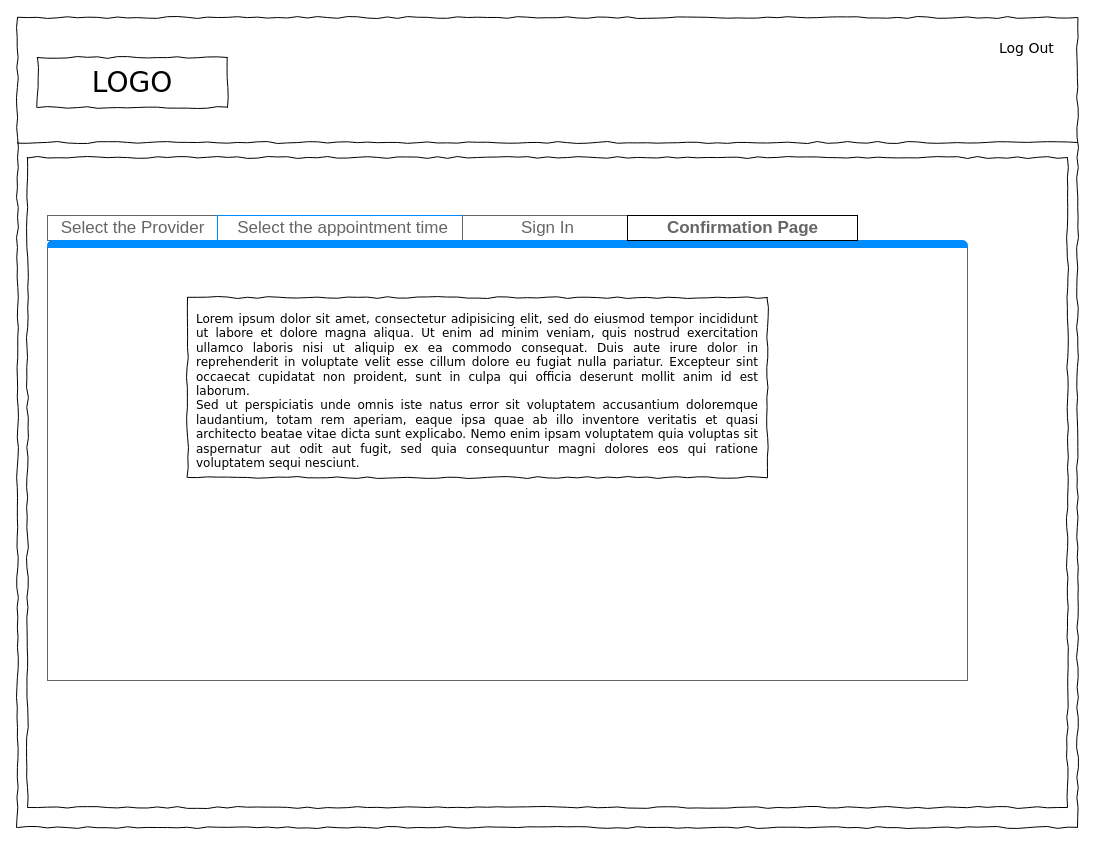
This is Confirmation Page.drawio from Janani-Manoharan/CovidDots, a draw.io file, before an edit. Source tidied: cells renumbered, new cells numbered last; positions are measured from the earlier drawing's top-left corner, leaving out a move shared by most shapes. Both pictures are drawn from the tidied source at 100%, with x=0, y=0 at pixel (17, 17). Pictures stored in the file or linked from it are replaced by grey dashed boxes.
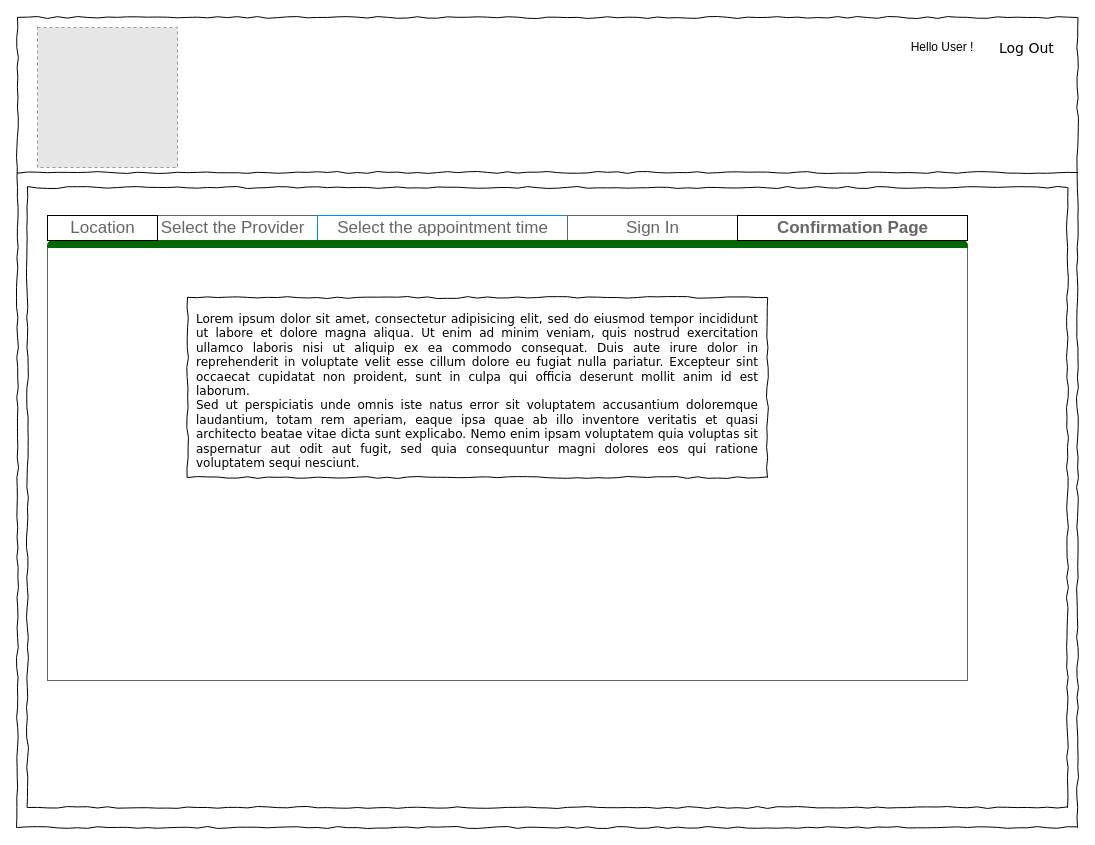
Above is the later version.

What changed in the source:
```diff
@@
 <mxGraphModel>
   <root>
     <mxCell id="0" />
     <mxCell id="1" parent="0" />
     <mxCell id="2" style="whiteSpace=wrap;html=1;rounded=0;shadow=0;labelBackgroundColor=none;strokeColor=#000000;strokeWidth=1;fillColor=none;fontFamily=Verdana;fontSize=12;fontColor=#000000;align=center;comic=1;" parent="1" vertex="1">
       <mxGeometry width="1060" height="810" as="geometry" />
     </mxCell>
-    <mxCell id="3" value="LOGO" style="whiteSpace=wrap;html=1;rounded=0;shadow=0;labelBackgroundColor=none;strokeWidth=1;fontFamily=Verdana;fontSize=28;align=center;comic=1;" parent="1" vertex="1">
-      <mxGeometry x="20" y="40" width="190" height="50" as="geometry" />
-    </mxCell>
     <mxCell id="4" value="Log Out" style="text;html=1;align=left;verticalAlign=top;spacingTop=-4;fontSize=14;fontFamily=Verdana;" parent="1" vertex="1">
       <mxGeometry x="980" y="20" width="60" height="20" as="geometry" />
     </mxCell>
     <mxCell id="5" style="line;strokeWidth=1;html=1;rounded=0;shadow=0;labelBackgroundColor=none;fillColor=none;fontFamily=Verdana;fontSize=14;fontColor=#000000;align=center;comic=1;" parent="1" vertex="1">
-      <mxGeometry y="120" width="1060" height="10" as="geometry" />
+      <mxGeometry y="120" width="1060" height="70" as="geometry" />
     </mxCell>
     <mxCell id="6" style="whiteSpace=wrap;html=1;rounded=0;shadow=0;labelBackgroundColor=none;strokeWidth=1;fillColor=none;fontFamily=Verdana;fontSize=12;align=center;comic=1;" parent="1" vertex="1">
-      <mxGeometry x="10" y="140" width="1040" height="650" as="geometry" />
+      <mxGeometry x="10" y="170" width="1040" height="620" as="geometry" />
     </mxCell>
     <mxCell id="7" style="strokeWidth=1;shadow=0;dashed=0;align=center;html=1;shape=mxgraph.mockup.containers.marginRect2;rectMarginTop=32;strokeColor=#666666;gradientColor=none;" parent="1" vertex="1">
       <mxGeometry x="30" y="198" width="920" height="465" as="geometry" />
     </mxCell>
     <mxCell id="8" value="Select the Provider" style="strokeColor=inherit;fillColor=inherit;gradientColor=inherit;strokeWidth=1;shadow=0;dashed=0;align=center;html=1;shape=mxgraph.mockup.containers.rrect;rSize=0;fontSize=17;fontColor=#666666;gradientColor=none;" parent="7" vertex="1">
-      <mxGeometry width="170" height="25" relative="1" as="geometry" />
+      <mxGeometry width="170" height="25" relative="1" as="geometry">
+        <mxPoint x="100" as="offset" />
+      </mxGeometry>
     </mxCell>
     <mxCell id="9" value="&lt;font color=&quot;#666666&quot;&gt;Select the appointment time&lt;/font&gt;" style="strokeWidth=1;shadow=0;dashed=0;align=center;html=1;shape=mxgraph.mockup.containers.rrect;rSize=0;fontSize=17;fontColor=#ffffff;strokeColor=#008cff;fillColor=none;" parent="7" vertex="1">
       <mxGeometry width="250" height="25" relative="1" as="geometry">
-        <mxPoint x="170" as="offset" />
+        <mxPoint x="270" as="offset" />
       </mxGeometry>
     </mxCell>
     <mxCell id="10" value="Sign In" style="strokeColor=inherit;fillColor=inherit;gradientColor=inherit;strokeWidth=1;shadow=0;dashed=0;align=center;html=1;shape=mxgraph.mockup.containers.rrect;rSize=0;fontSize=17;fontColor=#666666;gradientColor=none;" parent="7" vertex="1">
       <mxGeometry width="170" height="25" relative="1" as="geometry">
-        <mxPoint x="415" as="offset" />
+        <mxPoint x="520" as="offset" />
       </mxGeometry>
     </mxCell>
-    <mxCell id="11" style="strokeWidth=1;shadow=0;dashed=0;align=center;html=1;shape=mxgraph.mockup.containers.topButton;rSize=5;strokeColor=#008cff;fillColor=#008cff;gradientColor=none;" parent="7" vertex="1">
+    <mxCell id="11" style="strokeWidth=1;shadow=0;dashed=0;align=center;html=1;shape=mxgraph.mockup.containers.topButton;rSize=5;gradientColor=none;fillColor=#006600;strokeColor=#006600;" parent="7" vertex="1">
       <mxGeometry width="920" height="7" relative="1" as="geometry">
         <mxPoint y="25" as="offset" />
       </mxGeometry>
     </mxCell>
     <mxCell id="12" value="&lt;div style=&quot;text-align: justify&quot;&gt;&lt;span&gt;Lorem ipsum dolor sit amet, consectetur adipisicing elit, sed do eiusmod tempor incididunt ut labore et dolore magna aliqua. Ut enim ad minim veniam, quis nostrud exercitation ullamco laboris nisi ut aliquip ex ea commodo consequat. Duis aute irure dolor in reprehenderit in voluptate velit esse cillum dolore eu fugiat nulla pariatur. Excepteur sint occaecat cupidatat non proident, sunt in culpa qui officia deserunt mollit anim id est laborum.&lt;/span&gt;&lt;/div&gt;&lt;div style=&quot;text-align: justify&quot;&gt;&lt;span&gt;Sed ut perspiciatis unde omnis iste natus error sit voluptatem accusantium doloremque laudantium, totam rem aperiam, eaque ipsa quae ab illo inventore veritatis et quasi architecto beatae vitae dicta sunt explicabo. Nemo enim ipsam voluptatem quia voluptas sit aspernatur aut odit aut fugit, sed quia consequuntur magni dolores eos qui ratione voluptatem sequi nesciunt.&amp;nbsp;&lt;/span&gt;&lt;/div&gt;" style="whiteSpace=wrap;html=1;rounded=0;shadow=0;labelBackgroundColor=none;strokeWidth=1;fillColor=none;fontFamily=Verdana;fontSize=12;align=center;verticalAlign=top;spacing=10;comic=1;" parent="7" vertex="1">
       <mxGeometry x="140" y="82" width="580" height="180" as="geometry" />
     </mxCell>
     <mxCell id="13" value="&lt;b&gt;Confirmation Page&lt;/b&gt;" style="strokeColor=inherit;fillColor=inherit;gradientColor=inherit;strokeWidth=1;shadow=0;dashed=0;align=center;html=1;shape=mxgraph.mockup.containers.rrect;rSize=0;fontSize=17;fontColor=#666666;gradientColor=none;" parent="1" vertex="1">
-      <mxGeometry x="610" y="198" width="230" height="25" as="geometry" />
+      <mxGeometry x="720" y="198" width="230" height="25" as="geometry" />
     </mxCell>
+    <mxCell id="14" style="fillColor=#E6E6E6;strokeColor=#999999;dashed=1;verticalLabelPosition=bottom;verticalAlign=top;" parent="1" vertex="1">
+      <mxGeometry x="20" y="10" width="140" height="140" as="geometry" />
+    </mxCell>
+    <mxCell id="15" value="Location" style="strokeColor=inherit;fillColor=inherit;gradientColor=inherit;strokeWidth=1;shadow=0;dashed=0;align=center;html=1;shape=mxgraph.mockup.containers.rrect;rSize=0;fontSize=17;fontColor=#666666;gradientColor=none;" parent="1" vertex="1">
+      <mxGeometry x="30" y="198" width="110" height="25" as="geometry" />
+    </mxCell>
+    <mxCell id="16" value="Hello User !" style="text;html=1;strokeColor=none;fillColor=none;align=center;verticalAlign=middle;whiteSpace=wrap;rounded=0;" parent="1" vertex="1">
+      <mxGeometry x="890" y="20" width="70" height="20" as="geometry" />
+    </mxCell>
   </root>
 </mxGraphModel>
```
